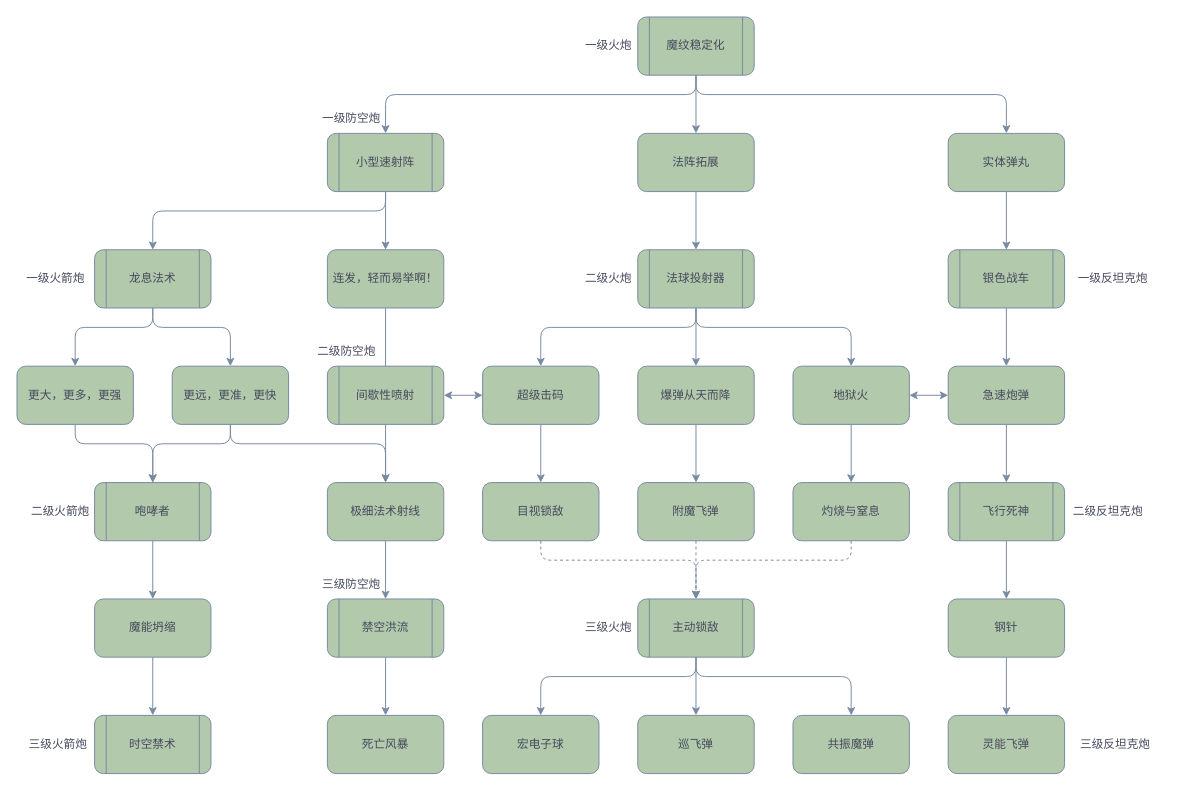
This is page "火炮" (3 of 10) of WIP/月茗/科研.drawio from 2014358312/Fantasyland-Era, a draw.io file, before an edit. Source tidied: cells renumbered, new cells numbered last; positions are measured from the earlier drawing's top-left corner, leaving out a move shared by most shapes. Both pictures are drawn from the tidied source at 97%, with x=0, y=0 at pixel (16, 16).
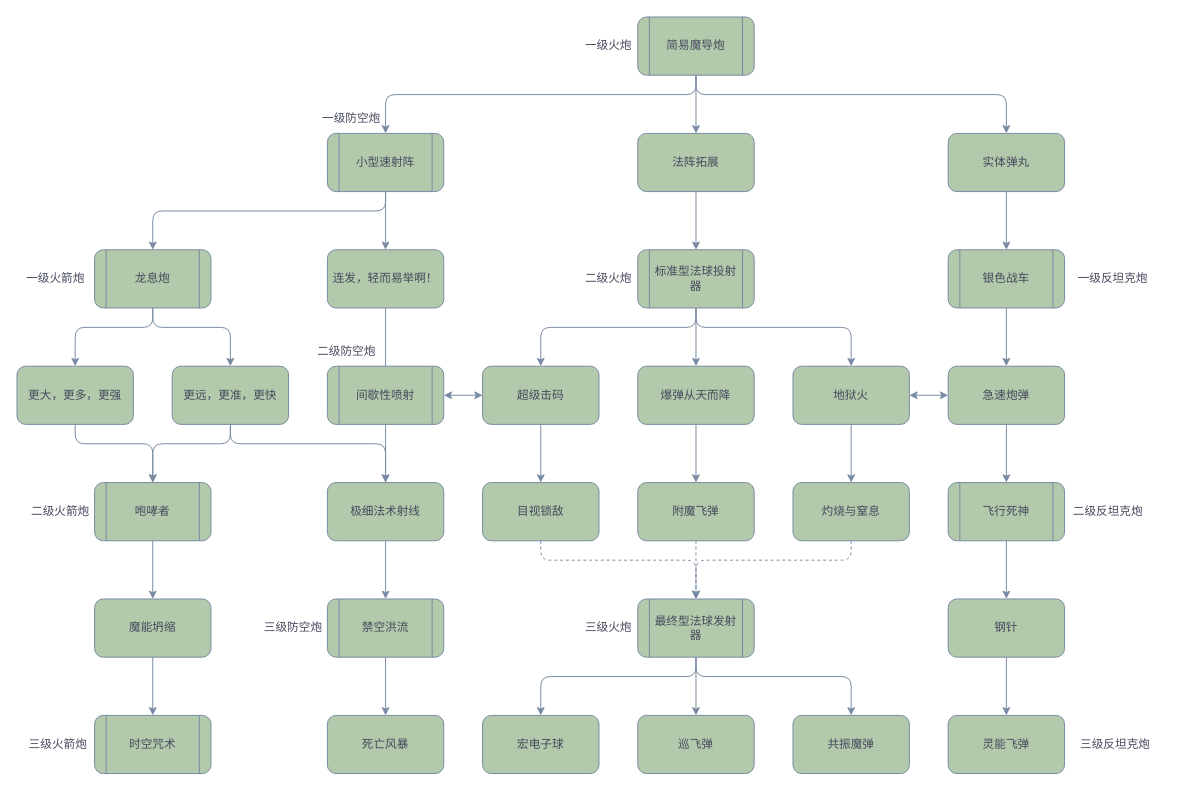
The same page after the edit.

What changed in the source:
```diff
@@
-    <mxCell id="9" value="魔纹稳定化" style="shape=process;whiteSpace=wrap;html=1;backgroundOutline=1;labelBackgroundColor=none;fillColor=#B2C9AB;strokeColor=#788AA3;fontColor=#46495D;rounded=1;" parent="1" vertex="1">
+    <mxCell id="9" value="简易魔导炮" style="shape=process;whiteSpace=wrap;html=1;backgroundOutline=1;labelBackgroundColor=none;fillColor=#B2C9AB;strokeColor=#788AA3;fontColor=#46495D;rounded=1;" parent="1" vertex="1">
       <mxGeometry x="640" width="120" height="60" as="geometry" />
     </mxCell>
@@
-    <mxCell id="12" value="龙息法术" style="shape=process;whiteSpace=wrap;html=1;backgroundOutline=1;rounded=1;strokeColor=#788AA3;fontColor=#46495D;fillColor=#B2C9AB;" parent="1" vertex="1">
+    <mxCell id="12" value="龙息炮" style="shape=process;whiteSpace=wrap;html=1;backgroundOutline=1;rounded=1;strokeColor=#788AA3;fontColor=#46495D;fillColor=#B2C9AB;" parent="1" vertex="1">
       <mxGeometry x="80" y="240" width="120" height="60" as="geometry" />
     </mxCell>
@@
-    <mxCell id="16" value="法球投射器" style="shape=process;whiteSpace=wrap;html=1;backgroundOutline=1;rounded=1;strokeColor=#788AA3;fontColor=#46495D;fillColor=#B2C9AB;" parent="1" vertex="1">
+    <mxCell id="16" value="标准型法球投射器" style="shape=process;whiteSpace=wrap;html=1;backgroundOutline=1;rounded=1;strokeColor=#788AA3;fontColor=#46495D;fillColor=#B2C9AB;" parent="1" vertex="1">
       <mxGeometry x="640" y="240" width="120" height="60" as="geometry" />
     </mxCell>
@@
-    <mxCell id="39" value="时空禁术" style="shape=process;whiteSpace=wrap;html=1;backgroundOutline=1;rounded=1;strokeColor=#788AA3;fontColor=#46495D;fillColor=#B2C9AB;" parent="1" vertex="1">
+    <mxCell id="39" value="时空咒术" style="shape=process;whiteSpace=wrap;html=1;backgroundOutline=1;rounded=1;strokeColor=#788AA3;fontColor=#46495D;fillColor=#B2C9AB;" parent="1" vertex="1">
       <mxGeometry x="80" y="720" width="120" height="60" as="geometry" />
     </mxCell>
@@
-    <mxCell id="45" value="主动锁敌" style="shape=process;whiteSpace=wrap;html=1;backgroundOutline=1;rounded=1;strokeColor=#788AA3;fontColor=#46495D;fillColor=#B2C9AB;" parent="1" vertex="1">
+    <mxCell id="45" value="最终型法球发射器" style="shape=process;whiteSpace=wrap;html=1;backgroundOutline=1;rounded=1;strokeColor=#788AA3;fontColor=#46495D;fillColor=#B2C9AB;" parent="1" vertex="1">
       <mxGeometry x="640" y="600" width="120" height="60" as="geometry" />
     </mxCell>
@@
     <mxCell id="66" value="三级防空炮" style="text;html=1;whiteSpace=wrap;strokeColor=none;fillColor=none;align=center;verticalAlign=middle;rounded=0;fontColor=#46495D;" parent="1" vertex="1">
-      <mxGeometry x="310" y="570" width="70" height="30" as="geometry" />
+      <mxGeometry x="250" y="615" width="70" height="30" as="geometry" />
     </mxCell>
```
